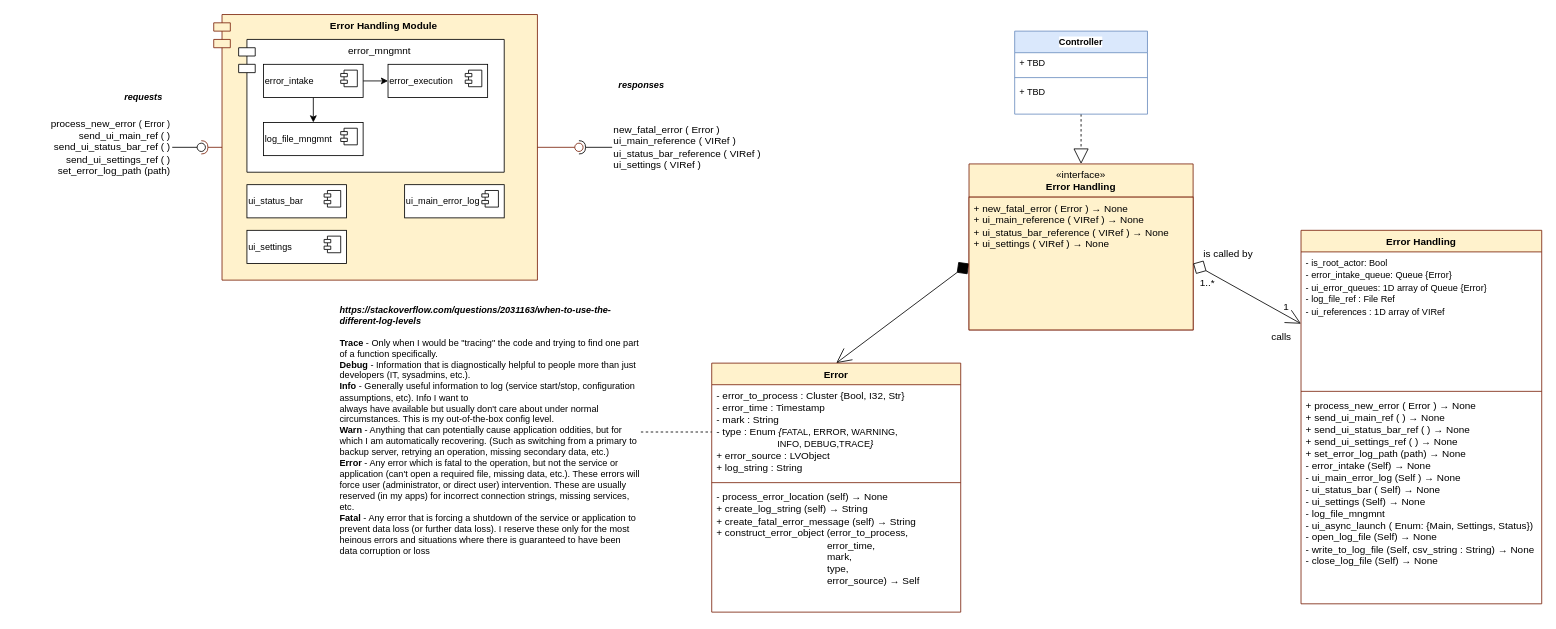
Before: error_handler_module.drawio in jpfogato/labview-af_error_handling, a draw.io diagram. Source tidied: cells renumbered, new cells numbered last; positions are measured from the earlier drawing's top-left corner, leaving out a move shared by most shapes. Both pictures are drawn from the tidied source at 83%, with x=0, y=0 at pixel (14, 14).
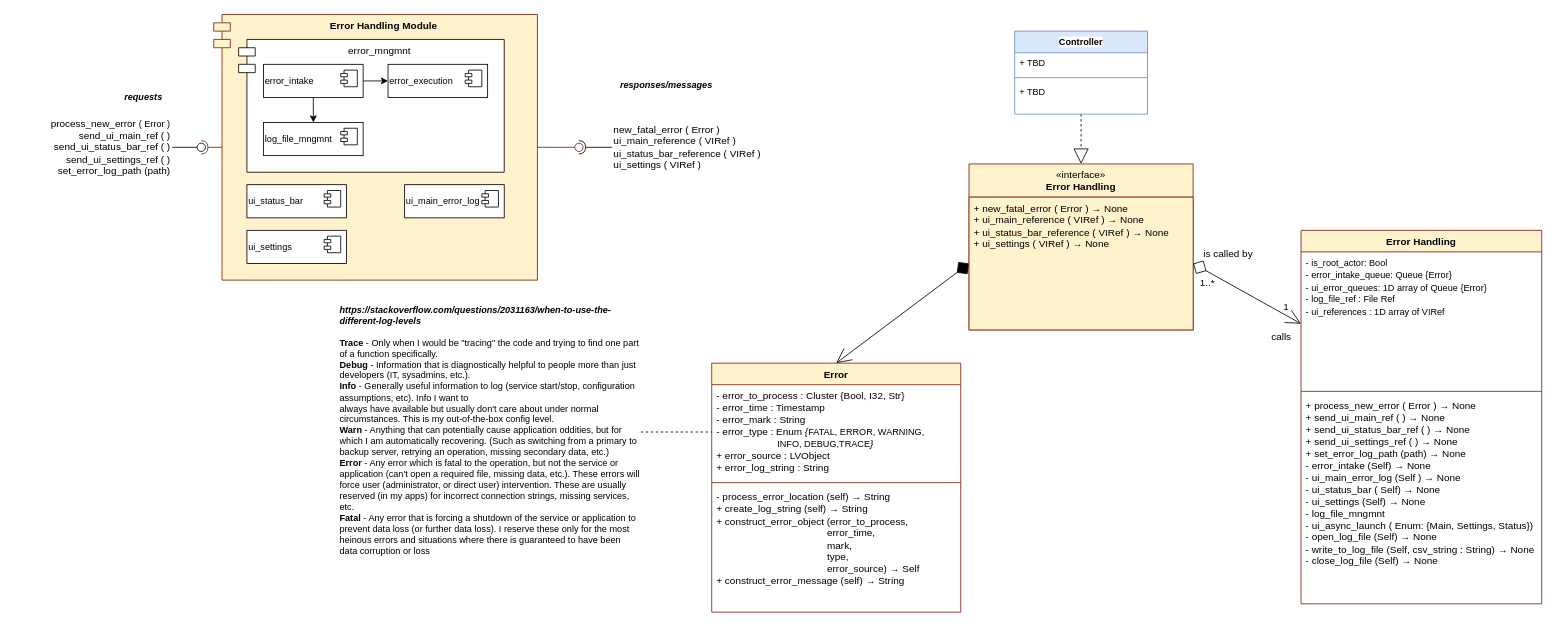
The same page after the edit.

Unchanged cells that the change refers to:
```xml
<mxCell id="3" value="Error" style="swimlane;fontStyle=1;align=center;verticalAlign=top;horizontal=1;startSize=26;whiteSpace=wrap;html=1;fillColor=#FFF2CC;strokeColor=#7A220C;" parent="1" vertex="1">
  <mxGeometry x="840" y="420" width="300" height="300" as="geometry" />
</mxCell>
<mxCell id="38" style="group;" parent="25" vertex="1">
  <mxGeometry x="720" y="70" width="190" height="150" as="geometry" />
</mxCell>
```

What changed in the source:
```diff
@@
-    <mxCell id="4" value="- error_to_process : Cluster {Bool, I32, Str}&lt;div&gt;- error_time : Timestamp&lt;/div&gt;&lt;div&gt;- mark : String&lt;/div&gt;&lt;div&gt;- type : Enum &lt;i&gt;{&lt;/i&gt;&lt;span style=&quot;font-size: 11px; text-wrap-mode: nowrap; background-color: rgb(255, 255, 255);&quot;&gt;FATAL, ERROR, WARNING,&amp;nbsp;&lt;/span&gt;&lt;/div&gt;&lt;div&gt;&lt;span style=&quot;font-size: 11px; text-wrap-mode: nowrap; background-color: rgb(255, 255, 255);&quot;&gt;&lt;span style=&quot;white-space: pre;&quot;&gt;&#9;&lt;/span&gt;&lt;span style=&quot;white-space: pre;&quot;&gt;&#9;&lt;/span&gt;&lt;span style=&quot;white-space: pre;&quot;&gt;&#9;&lt;/span&gt;INFO, DEBUG,TRACE&lt;/span&gt;&lt;i&gt;}&lt;/i&gt;&lt;/div&gt;&lt;div&gt;+ error_source : LVObject&lt;/div&gt;&lt;div&gt;&lt;span style=&quot;background-color: initial;&quot;&gt;+ log_string : String&lt;/span&gt;&lt;/div&gt;" style="text;strokeColor=none;fillColor=none;align=left;verticalAlign=top;spacingLeft=4;spacingRight=4;overflow=hidden;points=[[0,0.5],[1,0.5]];portConstraint=eastwest;whiteSpace=wrap;html=1;" parent="3" vertex="1">
+    <mxCell id="4" value="- error_to_process : Cluster {Bool, I32, Str}&lt;div&gt;- error_time : Timestamp&lt;/div&gt;&lt;div&gt;- error_mark : String&lt;/div&gt;&lt;div&gt;- error_type : Enum &lt;i&gt;{&lt;/i&gt;&lt;span style=&quot;font-size: 11px; text-wrap-mode: nowrap; background-color: rgb(255, 255, 255);&quot;&gt;FATAL, ERROR, WARNING,&amp;nbsp;&lt;/span&gt;&lt;/div&gt;&lt;div&gt;&lt;span style=&quot;font-size: 11px; text-wrap-mode: nowrap; background-color: rgb(255, 255, 255);&quot;&gt;&lt;span style=&quot;white-space: pre;&quot;&gt;&#9;&lt;/span&gt;&lt;span style=&quot;white-space: pre;&quot;&gt;&#9;&lt;/span&gt;&lt;span style=&quot;white-space: pre;&quot;&gt;&#9;&lt;/span&gt;INFO, DEBUG,TRACE&lt;/span&gt;&lt;i&gt;}&lt;/i&gt;&lt;/div&gt;&lt;div&gt;+ error_source : LVObject&lt;/div&gt;&lt;div&gt;&lt;span style=&quot;background-color: initial;&quot;&gt;+ error_log_string : String&lt;/span&gt;&lt;/div&gt;" style="text;strokeColor=none;fillColor=none;align=left;verticalAlign=top;spacingLeft=4;spacingRight=4;overflow=hidden;points=[[0,0.5],[1,0.5]];portConstraint=eastwest;whiteSpace=wrap;html=1;" parent="3" vertex="1">
       <mxGeometry y="26" width="300" height="114" as="geometry" />
     </mxCell>
@@
-    <mxCell id="6" value="- process_error_location (self) → None&lt;div&gt;+ create_log_string (self) → String&lt;/div&gt;&lt;div&gt;+ create_fatal_error_message (self) → String&lt;/div&gt;&lt;div&gt;+ construct_error_object (error_to_process,&amp;nbsp;&lt;/div&gt;&lt;div&gt;&lt;span style=&quot;white-space: pre;&quot;&gt;&#9;&lt;/span&gt;&lt;span style=&quot;white-space: pre;&quot;&gt;&#9;&lt;/span&gt;&lt;span style=&quot;white-space: pre;&quot;&gt;&#9;&lt;/span&gt;&lt;span style=&quot;white-space: pre;&quot;&gt;&#9;&lt;/span&gt;&lt;span style=&quot;white-space: pre;&quot;&gt;&#9;&lt;/span&gt;error_time,&lt;br&gt;&lt;/div&gt;&lt;div&gt;&lt;span style=&quot;white-space: pre;&quot;&gt;&#9;&lt;/span&gt;&lt;span style=&quot;white-space: pre;&quot;&gt;&#9;&lt;/span&gt;&lt;span style=&quot;white-space: pre;&quot;&gt;&#9;&lt;/span&gt;&lt;span style=&quot;white-space: pre;&quot;&gt;&#9;&lt;/span&gt;&lt;span style=&quot;white-space: pre;&quot;&gt;&#9;&lt;/span&gt;mark,&lt;br&gt;&lt;/div&gt;&lt;div&gt;&lt;span style=&quot;white-space: pre;&quot;&gt;&#9;&lt;/span&gt;&lt;span style=&quot;white-space: pre;&quot;&gt;&#9;&lt;/span&gt;&lt;span style=&quot;white-space: pre;&quot;&gt;&#9;&lt;/span&gt;&lt;span style=&quot;white-space: pre;&quot;&gt;&#9;&lt;/span&gt;&lt;span style=&quot;white-space: pre;&quot;&gt;&#9;&lt;/span&gt;type,&lt;br&gt;&lt;/div&gt;&lt;div&gt;&lt;span style=&quot;white-space: pre;&quot;&gt;&#9;&lt;/span&gt;&lt;span style=&quot;white-space: pre;&quot;&gt;&#9;&lt;/span&gt;&lt;span style=&quot;white-space: pre;&quot;&gt;&#9;&lt;/span&gt;&lt;span style=&quot;white-space: pre;&quot;&gt;&#9;&lt;/span&gt;&lt;span style=&quot;white-space: pre;&quot;&gt;&#9;&lt;/span&gt;error_source) → Self&lt;/div&gt;" style="text;strokeColor=none;fillColor=none;align=left;verticalAlign=top;spacingLeft=4;spacingRight=4;overflow=hidden;whiteSpace=wrap;html=1;" parent="3" vertex="1">
+    <mxCell id="6" value="- process_error_location (self) → String&lt;div&gt;+ create_log_string (self) → String&lt;/div&gt;&lt;div&gt;&lt;span style=&quot;background-color: initial;&quot;&gt;+ construct_error_object (error_to_process,&amp;nbsp;&lt;/span&gt;&lt;/div&gt;&lt;div&gt;&lt;span style=&quot;white-space: pre;&quot;&gt;&#9;&lt;/span&gt;&lt;span style=&quot;white-space: pre;&quot;&gt;&#9;&lt;/span&gt;&lt;span style=&quot;white-space: pre;&quot;&gt;&#9;&lt;/span&gt;&lt;span style=&quot;white-space: pre;&quot;&gt;&#9;&lt;/span&gt;&lt;span style=&quot;white-space: pre;&quot;&gt;&#9;&lt;/span&gt;error_time,&lt;br&gt;&lt;/div&gt;&lt;div&gt;&lt;span style=&quot;white-space: pre;&quot;&gt;&#9;&lt;/span&gt;&lt;span style=&quot;white-space: pre;&quot;&gt;&#9;&lt;/span&gt;&lt;span style=&quot;white-space: pre;&quot;&gt;&#9;&lt;/span&gt;&lt;span style=&quot;white-space: pre;&quot;&gt;&#9;&lt;/span&gt;&lt;span style=&quot;white-space: pre;&quot;&gt;&#9;&lt;/span&gt;mark,&lt;br&gt;&lt;/div&gt;&lt;div&gt;&lt;span style=&quot;white-space: pre;&quot;&gt;&#9;&lt;/span&gt;&lt;span style=&quot;white-space: pre;&quot;&gt;&#9;&lt;/span&gt;&lt;span style=&quot;white-space: pre;&quot;&gt;&#9;&lt;/span&gt;&lt;span style=&quot;white-space: pre;&quot;&gt;&#9;&lt;/span&gt;&lt;span style=&quot;white-space: pre;&quot;&gt;&#9;&lt;/span&gt;type,&lt;br&gt;&lt;/div&gt;&lt;div&gt;&lt;span style=&quot;white-space: pre;&quot;&gt;&#9;&lt;/span&gt;&lt;span style=&quot;white-space: pre;&quot;&gt;&#9;&lt;/span&gt;&lt;span style=&quot;white-space: pre;&quot;&gt;&#9;&lt;/span&gt;&lt;span style=&quot;white-space: pre;&quot;&gt;&#9;&lt;/span&gt;&lt;span style=&quot;white-space: pre;&quot;&gt;&#9;&lt;/span&gt;error_source) → Self&lt;/div&gt;&lt;div&gt;+ construct_error_message (self) → String&lt;/div&gt;" style="text;strokeColor=none;fillColor=none;align=left;verticalAlign=top;spacingLeft=4;spacingRight=4;overflow=hidden;whiteSpace=wrap;html=1;" parent="3" vertex="1">
       <mxGeometry y="148" width="300" height="152" as="geometry" />
     </mxCell>
@@
-    <mxCell id="39" value="&lt;i&gt;responses&lt;/i&gt;" style="text;html=1;align=center;verticalAlign=middle;strokeColor=none;fillColor=none;fontFamily=Helvetica;fontSize=11;fontColor=default;labelBackgroundColor=default;fontStyle=1;" parent="38" vertex="1">
-      <mxGeometry width="70" height="30" as="geometry" />
+    <mxCell id="39" value="&lt;i&gt;responses/messages&lt;/i&gt;" style="text;html=1;align=center;verticalAlign=middle;strokeColor=none;fillColor=none;fontFamily=Helvetica;fontSize=11;fontColor=default;labelBackgroundColor=default;fontStyle=1;" parent="38" vertex="1">
+      <mxGeometry width="130" height="30" as="geometry" />
     </mxCell>
```
